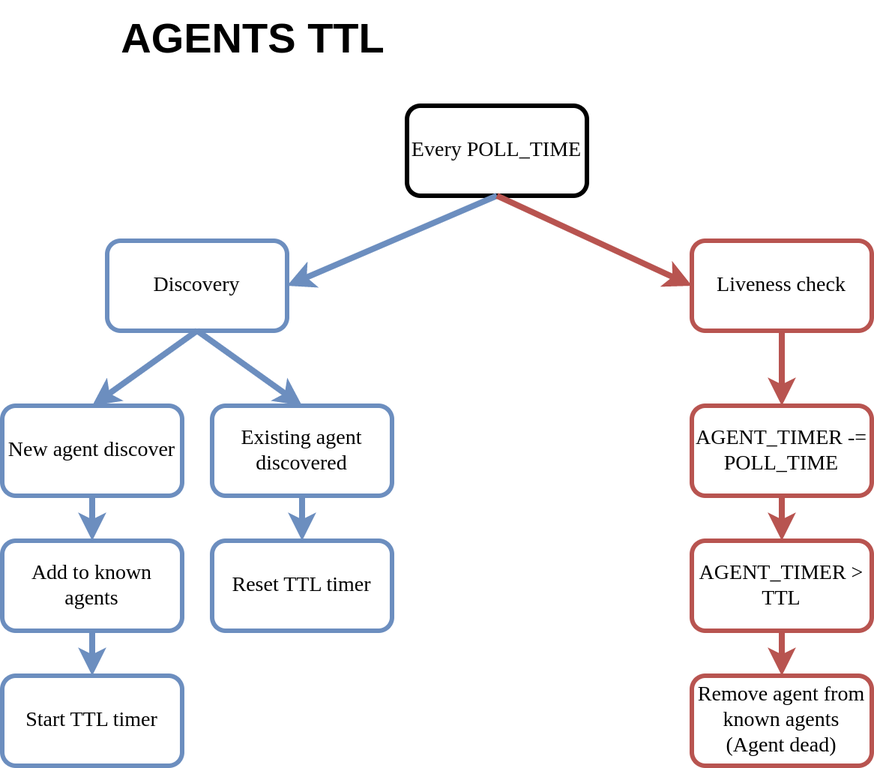
The draw.io diagram docs/thesis/pictures/agent_ttl.png in mactat/map-pacer, before a commit. Source tidied: cells renumbered, new cells last; positions are measured from the earlier drawing's top-left corner, leaving out a move shared by most shapes.
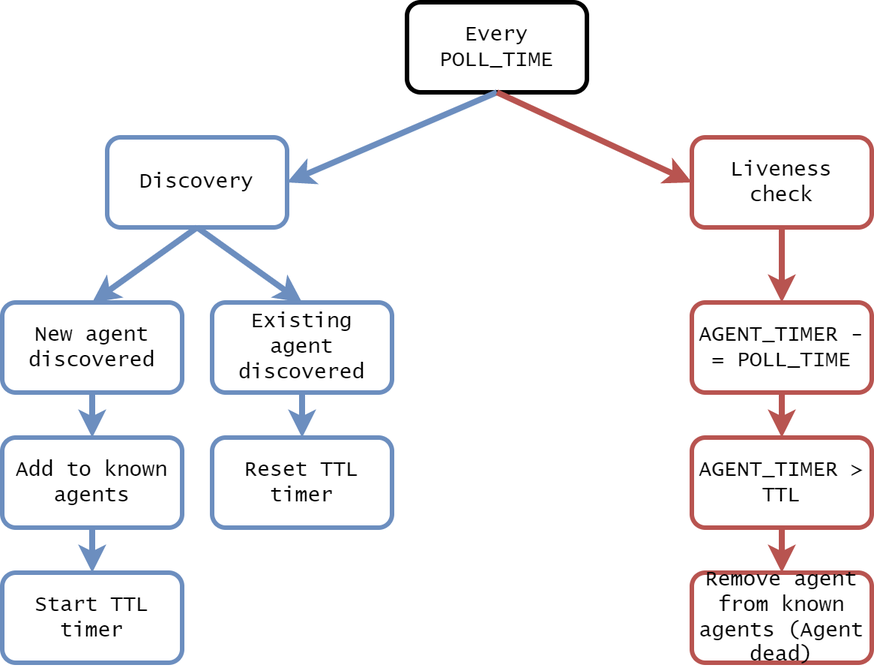
Above is the later version.

Change to the diagram source:
```diff
@@ -2,73 +2,70 @@
   <root>
     <mxCell id="0" />
     <mxCell id="1" parent="0" />
-    <mxCell id="2" value="&lt;b&gt;&lt;font style=&quot;font-size: 28px;&quot;&gt;AGENTS TTL&lt;/font&gt;&lt;/b&gt;" style="text;html=1;strokeColor=none;fillColor=none;align=center;verticalAlign=middle;whiteSpace=wrap;rounded=0;fontSize=16;" parent="1" vertex="1">
-      <mxGeometry x="30" width="275" height="50" as="geometry" />
+    <mxCell id="2" value="Discovery" style="rounded=1;whiteSpace=wrap;html=1;strokeWidth=3;fillColor=default;strokeColor=#6c8ebf;fontFamily=Lucida Console;fontSize=14;" parent="1" vertex="1">
+      <mxGeometry x="70" y="160" width="120" height="60" as="geometry" />
     </mxCell>
-    <mxCell id="3" value="Discovery" style="rounded=1;whiteSpace=wrap;html=1;strokeWidth=3;fillColor=default;strokeColor=#6c8ebf;fontFamily=Lucida Console;fontSize=14;" parent="1" vertex="1">
-      <mxGeometry x="70" y="160" width="120" height="60" as="geometry" />
+    <mxCell id="3" style="edgeStyle=orthogonalEdgeStyle;rounded=0;jettySize=auto;html=1;entryX=0.5;entryY=0;entryDx=0;entryDy=0;strokeColor=#6c8ebf;strokeWidth=4;fillColor=#dae8fc;" parent="1" edge="1" source="4" target="7">
+      <mxGeometry relative="1" as="geometry" />
     </mxCell>
-    <mxCell id="4" style="edgeStyle=orthogonalEdgeStyle;rounded=0;jettySize=auto;html=1;entryX=0.5;entryY=0;entryDx=0;entryDy=0;strokeColor=#6c8ebf;strokeWidth=4;fillColor=#dae8fc;" parent="1" edge="1" source="5" target="8">
-      <mxGeometry relative="1" as="geometry" />
+    <mxCell id="4" value="New agent discovered" style="rounded=1;whiteSpace=wrap;html=1;strokeWidth=3;fillColor=default;strokeColor=#6c8ebf;fontFamily=Lucida Console;fontSize=14;" parent="1" vertex="1">
+      <mxGeometry y="270" width="120" height="60" as="geometry" />
     </mxCell>
-    <mxCell id="5" value="New agent discover" style="rounded=1;whiteSpace=wrap;html=1;strokeWidth=3;fillColor=default;strokeColor=#6c8ebf;fontFamily=Lucida Console;fontSize=14;" parent="1" vertex="1">
-      <mxGeometry y="270" width="120" height="60" as="geometry" />
+    <mxCell id="5" value="Start TTL timer" style="rounded=1;whiteSpace=wrap;html=1;strokeWidth=3;fillColor=default;strokeColor=#6c8ebf;fontFamily=Lucida Console;fontSize=14;" parent="1" vertex="1">
+      <mxGeometry y="450" width="120" height="60" as="geometry" />
     </mxCell>
-    <mxCell id="6" value="Start TTL timer" style="rounded=1;whiteSpace=wrap;html=1;strokeWidth=3;fillColor=default;strokeColor=#6c8ebf;fontFamily=Lucida Console;fontSize=14;" parent="1" vertex="1">
-      <mxGeometry y="450" width="120" height="60" as="geometry" />
+    <mxCell id="6" style="edgeStyle=orthogonalEdgeStyle;rounded=0;jettySize=auto;html=1;entryX=0.5;entryY=0;entryDx=0;entryDy=0;strokeColor=#6c8ebf;strokeWidth=4;fillColor=#dae8fc;" parent="1" edge="1" source="7" target="5">
+      <mxGeometry relative="1" as="geometry" />
     </mxCell>
-    <mxCell id="7" style="edgeStyle=orthogonalEdgeStyle;rounded=0;jettySize=auto;html=1;entryX=0.5;entryY=0;entryDx=0;entryDy=0;strokeColor=#6c8ebf;strokeWidth=4;fillColor=#dae8fc;" parent="1" edge="1" source="8" target="6">
-      <mxGeometry relative="1" as="geometry" />
+    <mxCell id="7" value="Add to known agents" style="rounded=1;whiteSpace=wrap;html=1;strokeWidth=3;fillColor=default;strokeColor=#6c8ebf;fontFamily=Lucida Console;fontSize=14;" parent="1" vertex="1">
+      <mxGeometry y="360" width="120" height="60" as="geometry" />
     </mxCell>
-    <mxCell id="8" value="Add to known agents" style="rounded=1;whiteSpace=wrap;html=1;strokeWidth=3;fillColor=default;strokeColor=#6c8ebf;fontFamily=Lucida Console;fontSize=14;" parent="1" vertex="1">
-      <mxGeometry y="360" width="120" height="60" as="geometry" />
+    <mxCell id="8" value="Every POLL_TIME" style="rounded=1;whiteSpace=wrap;html=1;strokeWidth=3;fontFamily=Lucida Console;fontSize=14;" parent="1" vertex="1">
+      <mxGeometry x="270" y="70" width="120" height="60" as="geometry" />
     </mxCell>
-    <mxCell id="9" value="Every POLL_TIME" style="rounded=1;whiteSpace=wrap;html=1;strokeWidth=3;fontFamily=Lucida Console;fontSize=14;" parent="1" vertex="1">
-      <mxGeometry x="270" y="70" width="120" height="60" as="geometry" />
+    <mxCell id="9" style="edgeStyle=orthogonalEdgeStyle;rounded=0;jettySize=auto;html=1;entryX=0.5;entryY=0;entryDx=0;entryDy=0;strokeColor=#6c8ebf;strokeWidth=4;fillColor=#dae8fc;" parent="1" edge="1" source="10" target="11">
+      <mxGeometry relative="1" as="geometry" />
     </mxCell>
-    <mxCell id="10" style="edgeStyle=orthogonalEdgeStyle;rounded=0;jettySize=auto;html=1;entryX=0.5;entryY=0;entryDx=0;entryDy=0;strokeColor=#6c8ebf;strokeWidth=4;fillColor=#dae8fc;" parent="1" edge="1" source="11" target="12">
-      <mxGeometry relative="1" as="geometry" />
+    <mxCell id="10" value="Existing agent discovered" style="rounded=1;whiteSpace=wrap;html=1;strokeWidth=3;fillColor=default;strokeColor=#6c8ebf;fontFamily=Lucida Console;fontSize=14;" parent="1" vertex="1">
+      <mxGeometry x="140" y="270" width="120" height="60" as="geometry" />
     </mxCell>
-    <mxCell id="11" value="Existing agent discovered" style="rounded=1;whiteSpace=wrap;html=1;strokeWidth=3;fillColor=default;strokeColor=#6c8ebf;fontFamily=Lucida Console;fontSize=14;" parent="1" vertex="1">
-      <mxGeometry x="140" y="270" width="120" height="60" as="geometry" />
+    <mxCell id="11" value="Reset TTL timer" style="rounded=1;whiteSpace=wrap;html=1;strokeWidth=3;fillColor=default;strokeColor=#6c8ebf;fontFamily=Lucida Console;fontSize=14;" parent="1" vertex="1">
+      <mxGeometry x="140" y="360" width="120" height="60" as="geometry" />
     </mxCell>
-    <mxCell id="12" value="Reset TTL timer" style="rounded=1;whiteSpace=wrap;html=1;strokeWidth=3;fillColor=default;strokeColor=#6c8ebf;fontFamily=Lucida Console;fontSize=14;" parent="1" vertex="1">
-      <mxGeometry x="140" y="360" width="120" height="60" as="geometry" />
+    <mxCell id="12" style="edgeStyle=orthogonalEdgeStyle;rounded=0;jettySize=auto;html=1;entryX=0.5;entryY=0;entryDx=0;entryDy=0;strokeColor=#b85450;strokeWidth=4;fillColor=#f8cecc;" parent="1" edge="1" source="13" target="22">
+      <mxGeometry relative="1" as="geometry" />
     </mxCell>
-    <mxCell id="13" style="edgeStyle=orthogonalEdgeStyle;rounded=0;jettySize=auto;html=1;entryX=0.5;entryY=0;entryDx=0;entryDy=0;strokeColor=#b85450;strokeWidth=4;fillColor=#f8cecc;" parent="1" edge="1" source="14" target="23">
-      <mxGeometry relative="1" as="geometry" />
+    <mxCell id="13" value="Liveness check" style="rounded=1;whiteSpace=wrap;html=1;strokeWidth=3;fillColor=default;strokeColor=#b85450;fontFamily=Lucida Console;fontSize=14;" parent="1" vertex="1">
+      <mxGeometry x="460" y="160" width="120" height="60" as="geometry" />
     </mxCell>
-    <mxCell id="14" value="Liveness check" style="rounded=1;whiteSpace=wrap;html=1;strokeWidth=3;fillColor=default;strokeColor=#b85450;fontFamily=Lucida Console;fontSize=14;" parent="1" vertex="1">
-      <mxGeometry x="460" y="160" width="120" height="60" as="geometry" />
+    <mxCell id="14" style="edgeStyle=orthogonalEdgeStyle;rounded=0;jettySize=auto;html=1;entryX=0.5;entryY=0;entryDx=0;entryDy=0;strokeColor=#b85450;strokeWidth=4;fillColor=#f8cecc;" parent="1" edge="1" source="15" target="16">
+      <mxGeometry relative="1" as="geometry" />
     </mxCell>
-    <mxCell id="15" style="edgeStyle=orthogonalEdgeStyle;rounded=0;jettySize=auto;html=1;entryX=0.5;entryY=0;entryDx=0;entryDy=0;strokeColor=#b85450;strokeWidth=4;fillColor=#f8cecc;" parent="1" edge="1" source="16" target="17">
-      <mxGeometry relative="1" as="geometry" />
+    <mxCell id="15" value="AGENT_TIMER &amp;gt; TTL" style="rounded=1;whiteSpace=wrap;html=1;strokeWidth=3;fillColor=default;strokeColor=#b85450;fontFamily=Lucida Console;fontSize=14;" parent="1" vertex="1">
+      <mxGeometry x="460" y="360" width="120" height="60" as="geometry" />
     </mxCell>
-    <mxCell id="16" value="AGENT_TIMER &amp;gt; TTL" style="rounded=1;whiteSpace=wrap;html=1;strokeWidth=3;fillColor=default;strokeColor=#b85450;fontFamily=Lucida Console;fontSize=14;" parent="1" vertex="1">
-      <mxGeometry x="460" y="360" width="120" height="60" as="geometry" />
+    <mxCell id="16" value="Remove agent from known agents (Agent dead)" style="rounded=1;whiteSpace=wrap;html=1;strokeWidth=3;fillColor=default;strokeColor=#b85450;fontFamily=Lucida Console;fontSize=14;" parent="1" vertex="1">
+      <mxGeometry x="460" y="450" width="120" height="60" as="geometry" />
     </mxCell>
-    <mxCell id="17" value="Remove agent from known agents (Agent dead)" style="rounded=1;whiteSpace=wrap;html=1;strokeWidth=3;fillColor=default;strokeColor=#b85450;fontFamily=Lucida Console;fontSize=14;" parent="1" vertex="1">
-      <mxGeometry x="460" y="450" width="120" height="60" as="geometry" />
+    <mxCell id="17" style="endArrow=classic;html=1;rounded=0;exitX=0.5;exitY=1;exitDx=0;exitDy=0;entryX=1;entryY=0.5;entryDx=0;entryDy=0;strokeWidth=4;fillColor=#dae8fc;strokeColor=#6c8ebf;" parent="1" edge="1" source="8" target="2">
+      <mxGeometry relative="1" as="geometry" />
     </mxCell>
-    <mxCell id="18" style="endArrow=classic;html=1;rounded=0;exitX=0.5;exitY=1;exitDx=0;exitDy=0;entryX=1;entryY=0.5;entryDx=0;entryDy=0;strokeWidth=4;fillColor=#dae8fc;strokeColor=#6c8ebf;" parent="1" edge="1" source="9" target="3">
+    <mxCell id="18" style="endArrow=classic;html=1;rounded=0;exitX=0.5;exitY=1;exitDx=0;exitDy=0;entryX=0;entryY=0.5;entryDx=0;entryDy=0;strokeColor=#b85450;strokeWidth=4;fillColor=#f8cecc;" parent="1" edge="1" source="8" target="13">
       <mxGeometry relative="1" as="geometry" />
     </mxCell>
-    <mxCell id="19" style="endArrow=classic;html=1;rounded=0;exitX=0.5;exitY=1;exitDx=0;exitDy=0;entryX=0;entryY=0.5;entryDx=0;entryDy=0;strokeColor=#b85450;strokeWidth=4;fillColor=#f8cecc;" parent="1" edge="1" source="9" target="14">
-      <mxGeometry relative="1" as="geometry" />
+    <mxCell id="19" style="endArrow=classic;html=1;rounded=0;exitX=0.5;exitY=1;exitDx=0;exitDy=0;entryX=0.5;entryY=0;entryDx=0;entryDy=0;strokeColor=#6c8ebf;strokeWidth=4;fillColor=#dae8fc;" parent="1" edge="1" target="4">
+      <mxGeometry relative="1" as="geometry">
+        <mxPoint x="130" y="220" as="sourcePoint" />
+      </mxGeometry>
     </mxCell>
-    <mxCell id="20" style="endArrow=classic;html=1;rounded=0;exitX=0.5;exitY=1;exitDx=0;exitDy=0;entryX=0.5;entryY=0;entryDx=0;entryDy=0;strokeColor=#6c8ebf;strokeWidth=4;fillColor=#dae8fc;" parent="1" edge="1" target="5">
-      <mxGeometry relative="1" as="geometry">
-        <mxPoint x="130" y="220" as="sourcePoint" />
-      </mxGeometry>
+    <mxCell id="20" style="endArrow=classic;html=1;rounded=0;exitX=0.5;exitY=1;exitDx=0;exitDy=0;entryX=0.5;entryY=0;entryDx=0;entryDy=0;strokeColor=#6c8ebf;strokeWidth=4;fillColor=#dae8fc;" parent="1" edge="1" source="2" target="10">
+      <mxGeometry relative="1" as="geometry" />
     </mxCell>
-    <mxCell id="21" style="endArrow=classic;html=1;rounded=0;exitX=0.5;exitY=1;exitDx=0;exitDy=0;entryX=0.5;entryY=0;entryDx=0;entryDy=0;strokeColor=#6c8ebf;strokeWidth=4;fillColor=#dae8fc;" parent="1" edge="1" source="3" target="11">
+    <mxCell id="21" style="edgeStyle=orthogonalEdgeStyle;rounded=0;jettySize=auto;html=1;exitX=0.5;exitY=1;exitDx=0;exitDy=0;entryX=0.5;entryY=0;entryDx=0;entryDy=0;strokeWidth=4;fontFamily=Helvetica;fontSize=11;strokeColor=#b85450;fillColor=#f8cecc;" parent="1" edge="1" source="22" target="15">
       <mxGeometry relative="1" as="geometry" />
     </mxCell>
-    <mxCell id="22" style="edgeStyle=orthogonalEdgeStyle;rounded=0;jettySize=auto;html=1;exitX=0.5;exitY=1;exitDx=0;exitDy=0;entryX=0.5;entryY=0;entryDx=0;entryDy=0;strokeWidth=4;fontFamily=Helvetica;fontSize=11;strokeColor=#b85450;fillColor=#f8cecc;" parent="1" edge="1" source="23" target="16">
-      <mxGeometry relative="1" as="geometry" />
+    <mxCell id="22" value="AGENT_TIMER -= POLL_TIME" style="rounded=1;whiteSpace=wrap;html=1;strokeWidth=3;fillColor=default;strokeColor=#b85450;fontFamily=Lucida Console;fontSize=14;" parent="1" vertex="1">
+      <mxGeometry x="460" y="270" width="120" height="60" as="geometry" />
     </mxCell>
-    <mxCell id="23" value="AGENT_TIMER -= POLL_TIME" style="rounded=1;whiteSpace=wrap;html=1;strokeWidth=3;fillColor=default;strokeColor=#b85450;fontFamily=Lucida Console;fontSize=14;" parent="1" vertex="1">
-      <mxGeometry x="460" y="270" width="120" height="60" as="geometry" />
-    </mxCell>
   </root>
 </mxGraphModel>
```
